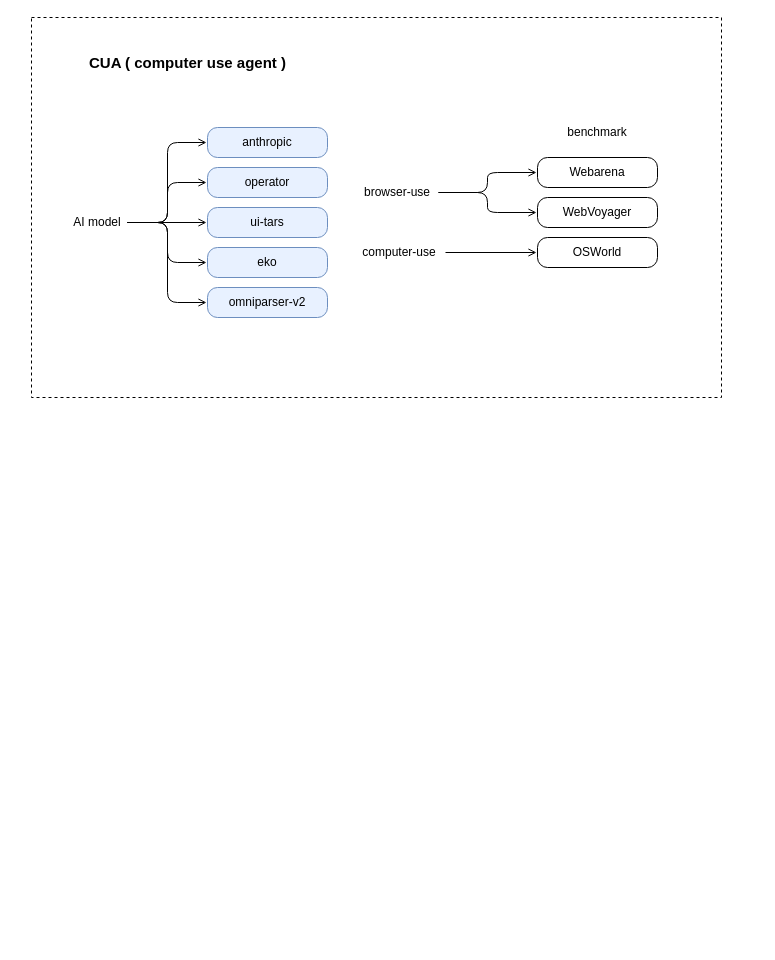
This is computer-use.drawio from axtrur/awsome-ai-agent, a draw.io file, before an edit. Source tidied: cells renumbered, new cells numbered last; positions are measured from the earlier drawing's top-left corner, leaving out a move shared by most shapes. Both pictures are drawn from the tidied source at 100%, with x=0, y=0 at pixel (31, 17).
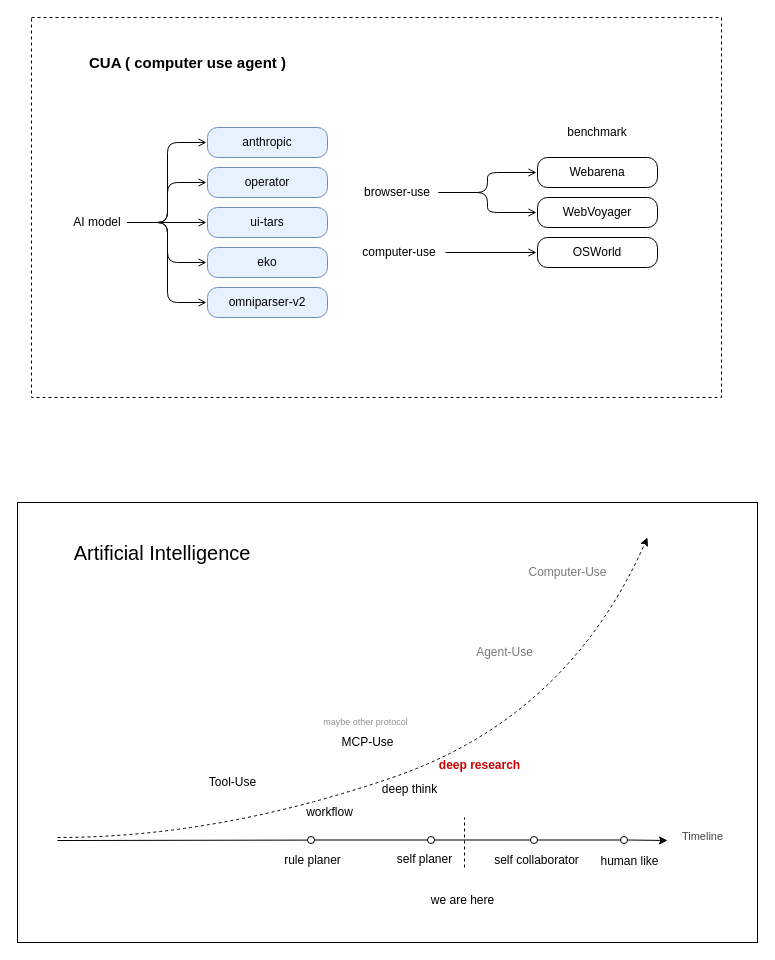
After the change.

What changed in the source:
```diff
@@
+    <mxCell id="24" style="rounded=0;whiteSpace=wrap;html=1;" parent="1" vertex="1">
+      <mxGeometry x="-14" y="485" width="740" height="440" as="geometry" />
+    </mxCell>
@@
+    <mxCell id="25" style="curved=1;endArrow=classic;html=1;rounded=0;dashed=1;" parent="1" edge="1">
+      <mxGeometry relative="1" as="geometry">
+        <mxPoint x="26" y="820" as="sourcePoint" />
+        <mxPoint x="616" y="520" as="targetPoint" />
+        <Array as="points">
+          <mxPoint x="186" y="820" />
+          <mxPoint x="536" y="700" />
+        </Array>
+      </mxGeometry>
+    </mxCell>
+    <mxCell id="26" style="endArrow=classic;html=1;rounded=0;" parent="1" edge="1">
+      <mxGeometry relative="1" as="geometry">
+        <mxPoint x="596" y="822.5" as="sourcePoint" />
+        <mxPoint x="636" y="823" as="targetPoint" />
+      </mxGeometry>
+    </mxCell>
+    <mxCell id="27" value="Tool-Use" style="text;html=1;align=center;verticalAlign=middle;strokeColor=none;fillColor=none;" parent="1" vertex="1">
+      <mxGeometry x="166" y="750" width="70" height="30" as="geometry" />
+    </mxCell>
+    <mxCell id="28" value="MCP-Use" style="text;html=1;align=center;verticalAlign=middle;strokeColor=none;fillColor=none;" parent="1" vertex="1">
+      <mxGeometry x="296" y="710" width="80" height="30" as="geometry" />
+    </mxCell>
+    <mxCell id="29" value="Agent-Use" style="text;html=1;align=center;verticalAlign=middle;strokeColor=none;fillColor=none;fontColor=#787878;" parent="1" vertex="1">
+      <mxGeometry x="433" y="620" width="80" height="30" as="geometry" />
+    </mxCell>
+    <mxCell id="30" value="workflow" style="text;html=1;align=center;verticalAlign=middle;strokeColor=none;fillColor=none;" parent="1" vertex="1">
+      <mxGeometry x="263" y="780" width="70" height="30" as="geometry" />
+    </mxCell>
+    <mxCell id="31" value="deep research" style="text;html=1;align=center;verticalAlign=middle;fontColor=#CC0000;fontStyle=1;" parent="1" vertex="1">
+      <mxGeometry x="398" y="733" width="100" height="30" as="geometry" />
+    </mxCell>
+    <mxCell id="32" value="Computer-Use" style="text;html=1;align=center;verticalAlign=middle;strokeColor=none;fillColor=none;fontColor=#787878;" parent="1" vertex="1">
+      <mxGeometry x="486" y="540" width="100" height="30" as="geometry" />
+    </mxCell>
+    <mxCell id="33" value="self planer" style="text;html=1;align=center;verticalAlign=middle;strokeColor=none;fillColor=none;" parent="1" vertex="1">
+      <mxGeometry x="353" y="827" width="80" height="30" as="geometry" />
+    </mxCell>
+    <mxCell id="34" value="self collaborator" style="text;html=1;align=center;verticalAlign=middle;strokeColor=none;fillColor=none;" parent="1" vertex="1">
+      <mxGeometry x="450" y="828" width="110" height="30" as="geometry" />
+    </mxCell>
+    <mxCell id="35" value="deep think" style="text;html=1;align=center;verticalAlign=middle;strokeColor=none;fillColor=none;" parent="1" vertex="1">
+      <mxGeometry x="338" y="757" width="80" height="30" as="geometry" />
+    </mxCell>
+    <mxCell id="36" value="Timeline" style="text;html=1;align=center;verticalAlign=middle;strokeColor=none;fillColor=none;fontSize=11;fontColor=#454545;" parent="1" vertex="1">
+      <mxGeometry x="641" y="804" width="60" height="30" as="geometry" />
+    </mxCell>
+    <mxCell id="37" style="endArrow=none;html=1;rounded=0;dashed=1;fontColor=#67AB9F;" parent="1" edge="1">
+      <mxGeometry relative="1" as="geometry">
+        <mxPoint x="433" y="850" as="sourcePoint" />
+        <mxPoint x="433" y="800" as="targetPoint" />
+      </mxGeometry>
+    </mxCell>
+    <mxCell id="38" value="we are here" style="text;html=1;align=center;verticalAlign=middle;strokeColor=none;fillColor=none;" parent="1" vertex="1">
+      <mxGeometry x="386" y="868" width="90" height="30" as="geometry" />
+    </mxCell>
+    <mxCell id="39" value="human like" style="text;html=1;align=center;verticalAlign=middle;strokeColor=none;fillColor=none;" parent="1" vertex="1">
+      <mxGeometry x="558" y="829" width="80" height="30" as="geometry" />
+    </mxCell>
+    <mxCell id="40" value="maybe other protocol" style="text;html=1;align=center;verticalAlign=middle;whiteSpace=wrap;rounded=0;fontSize=9;fontColor=#919191;" parent="1" vertex="1">
+      <mxGeometry x="263" y="690" width="143" height="30" as="geometry" />
+    </mxCell>
+    <mxCell id="41" value="&lt;span style=&quot;border-radius: 4px; padding: 0px 2px; font-family: Arial, sans-serif; text-align: left;&quot;&gt;Artificial Intelligence&lt;/span&gt;" style="text;html=1;align=center;verticalAlign=middle;whiteSpace=wrap;rounded=0;fontSize=20;" parent="1" vertex="1">
+      <mxGeometry x="26" y="520" width="210" height="30" as="geometry" />
+    </mxCell>
+    <mxCell id="42" value="rule planer" style="text;html=1;align=center;verticalAlign=middle;strokeColor=none;fillColor=none;" parent="1" vertex="1">
+      <mxGeometry x="241" y="828" width="80" height="30" as="geometry" />
+    </mxCell>
+    <mxCell id="43" style="endArrow=none;html=1;rounded=0;startFill=0;" parent="1" edge="1">
+      <mxGeometry relative="1" as="geometry">
+        <mxPoint x="26" y="823" as="sourcePoint" />
+        <mxPoint x="276" y="822.6" as="targetPoint" />
+      </mxGeometry>
+    </mxCell>
+    <mxCell id="44" style="ellipse;whiteSpace=wrap;html=1;" parent="1" vertex="1">
+      <mxGeometry x="276" y="819" width="7" height="7" as="geometry" />
+    </mxCell>
+    <mxCell id="45" style="endArrow=none;html=1;rounded=0;startFill=0;" parent="1" edge="1" source="44" target="46">
+      <mxGeometry relative="1" as="geometry" />
+    </mxCell>
+    <mxCell id="46" style="ellipse;whiteSpace=wrap;html=1;" parent="1" vertex="1">
+      <mxGeometry x="396" y="819" width="7" height="7" as="geometry" />
+    </mxCell>
+    <mxCell id="47" style="endArrow=none;html=1;rounded=0;startFill=0;" parent="1" edge="1" source="46" target="48">
+      <mxGeometry relative="1" as="geometry" />
+    </mxCell>
+    <mxCell id="48" style="ellipse;whiteSpace=wrap;html=1;" parent="1" vertex="1">
+      <mxGeometry x="499" y="819" width="7" height="7" as="geometry" />
+    </mxCell>
+    <mxCell id="49" style="endArrow=none;html=1;rounded=0;startFill=0;" parent="1" edge="1" source="48" target="50">
+      <mxGeometry relative="1" as="geometry" />
+    </mxCell>
+    <mxCell id="50" style="ellipse;whiteSpace=wrap;html=1;" parent="1" vertex="1">
+      <mxGeometry x="589" y="819" width="7" height="7" as="geometry" />
+    </mxCell>
```
